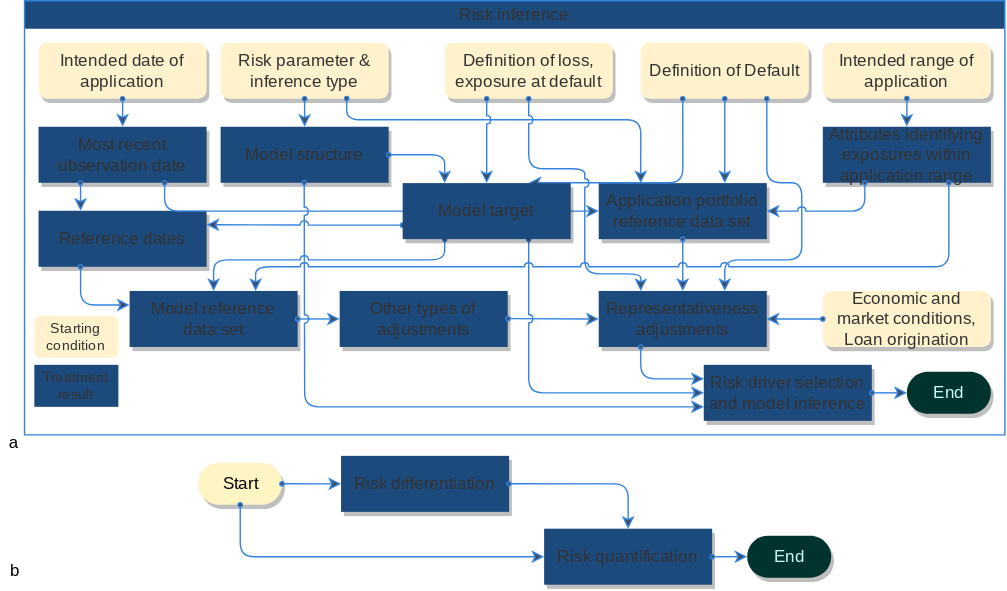
Before: media/irb-risk-inference-large.drawio.svg, a diagram exported from draw.io (bergberg/eduquant-courses). Source tidied: cells renumbered, new cells last; positions are measured from the earlier drawing's top-left corner, leaving out a move shared by most shapes.
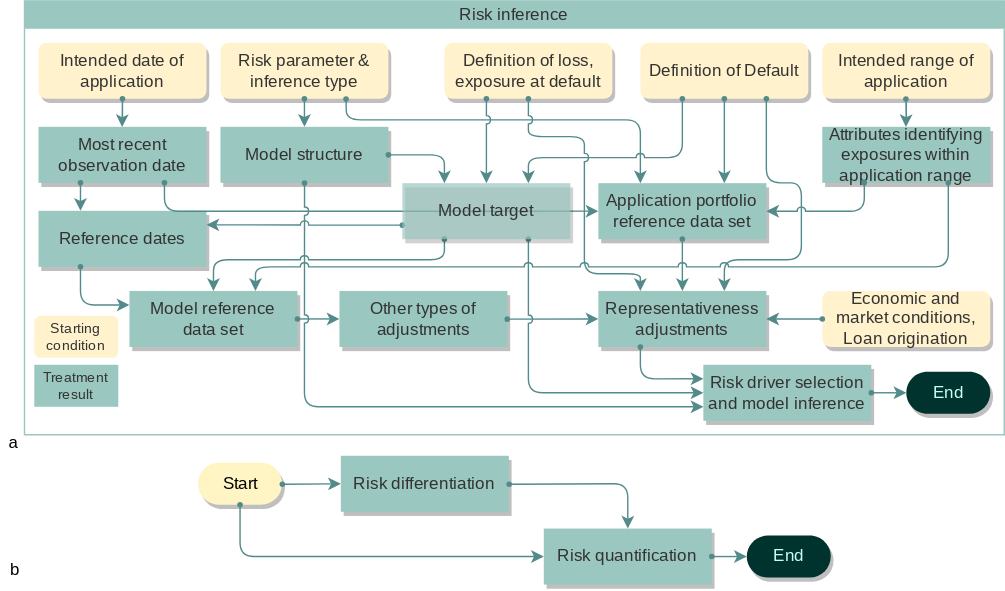
The same diagram one commit later.

What changed in the source:
```diff
@@ -79,16 +79,16 @@
     <mxCell id="25" value="f" style="edgeStyle=orthogonalEdgeStyle;jumpStyle=arc;jettySize=auto;html=1;labelBackgroundColor=none;startArrow=oval;startFill=1;startSize=3;endFill=1;strokeColor=#538A8A;strokeWidth=1;fontFamily=Roboto;fontSource=https%3A%2F%2Ffonts.googleapis.com%2Fcss%3Ffamily%3DRoboto;fontSize=9;align=right;orthogonal=1;exitX=0.25;exitY=1;exitDx=0;exitDy=0;entryX=0.75;entryY=0;entryDx=0;entryDy=0;noLabel=1;fontColor=none;enumerate=0;comic=0;flowAnimation=0;backgroundOutline=0;perimeterSpacing=0;snapToPoint=1;" parent="5" edge="1" source="15" target="50">
       <mxGeometry x="-0.9" y="-10" relative="1" as="geometry">
         <Array as="points">
-          <mxPoint x="470" y="130" />
-          <mxPoint x="360" y="130" />
+          <mxPoint x="470" y="112" />
+          <mxPoint x="360" y="112" />
         </Array>
       </mxGeometry>
     </mxCell>
     <mxCell id="26" value="g" style="edgeStyle=orthogonalEdgeStyle;jumpStyle=arc;jettySize=auto;html=1;labelBackgroundColor=none;startArrow=oval;startFill=1;startSize=3;endFill=1;strokeColor=#538A8A;strokeWidth=1;fontFamily=Roboto;fontSource=https%3A%2F%2Ffonts.googleapis.com%2Fcss%3Ffamily%3DRoboto;fontSize=9;align=right;exitX=0.5;exitY=1;exitDx=0;exitDy=0;entryX=0.25;entryY=0;entryDx=0;entryDy=0;noLabel=1;fontColor=none;enumerate=0;comic=0;flowAnimation=0;backgroundOutline=0;perimeterSpacing=0;orthogonal=1;snapToPoint=1;" parent="5" edge="1" source="6" target="10">
       <mxGeometry x="-0.93" y="-5" relative="1" as="geometry">
         <Array as="points">
-          <mxPoint x="360" y="120" />
-          <mxPoint x="400" y="120" />
+          <mxPoint x="360" y="97" />
+          <mxPoint x="400" y="97" />
           <mxPoint x="400" y="195" />
           <mxPoint x="440" y="195" />
         </Array>
@@ -192,7 +192,7 @@
         </Array>
       </mxGeometry>
     </mxCell>
-    <mxCell id="50" value="Model target" style="whiteSpace=wrap;html=1;shadow=1;fontFamily=Roboto;fontColor=#333333;fontStyle=0;strokeColor=none;fillColor=#9AC7BF;spacing=0;spacingTop=0;spacingLeft=4;spacingRight=4;rounded=0;glass=0;enumerate=0;imageHeight=24;" parent="5" vertex="1">
+    <mxCell id="50" value="Model target" style="whiteSpace=wrap;html=1;shadow=1;fontFamily=Roboto;fontColor=#333333;fontStyle=0;strokeColor=none;fillColor=#9AC7BF;spacing=0;spacingTop=0;spacingLeft=4;spacingRight=4;rounded=0;glass=0;enumerate=0;imageHeight=24;opacity=70;" parent="5" vertex="1">
       <mxGeometry x="270" y="130.2" width="120" height="40" as="geometry" />
     </mxCell>
     <mxCell id="51" value="End" style="html=1;dashed=0;whitespace=wrap;shape=mxgraph.dfd.start;shadow=1;comic=0;strokeColor=none;fillColor=#00322E;fontFamily=Roboto;fontStyle=0;fontSize=12;gradientColor=none;fontColor=#C5FFFB;rounded=1;glass=0;enumerate=0;" parent="1" vertex="1">
```
